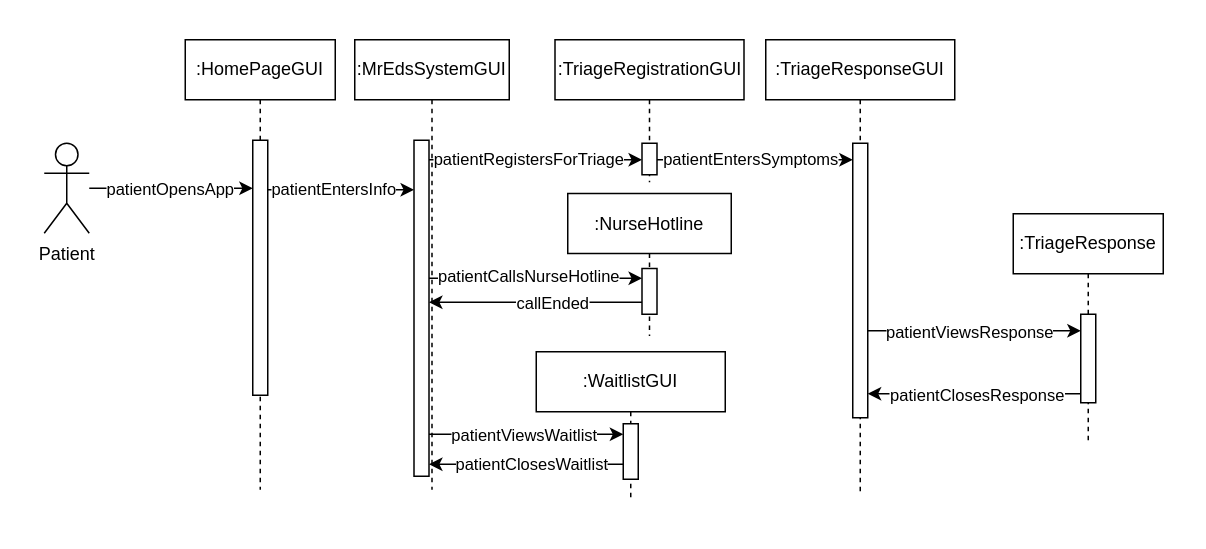
Above: AmirWork/M2/P2_SequenceDiagram.drawio in SENG-350-2024-fall/Team9 (draw.io), before the change. Source tidied: cells renumbered, new cells numbered last; positions are measured from the earlier drawing's top-left corner, leaving out a move shared by most shapes. Both pictures are drawn from the tidied source at 150%, with x=0, y=0 at pixel (26, 26).
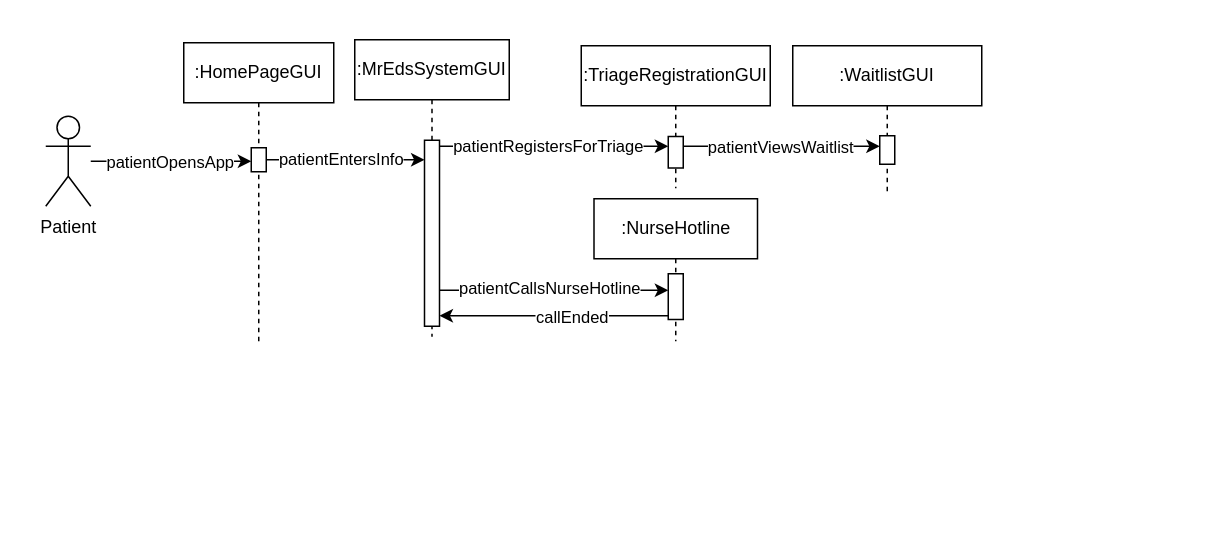
The same page after the edit.

The change refers to these unchanged cells:
```xml
<mxCell id="22" style="html=1;points=[];perimeter=orthogonalPerimeter;outlineConnect=0;targetShapes=umlLifeline;portConstraint=eastwest;newEdgeStyle={&quot;edgeStyle&quot;:&quot;elbowEdgeStyle&quot;,&quot;elbow&quot;:&quot;vertical&quot;,&quot;curved&quot;:0,&quot;rounded&quot;:0};" parent="21" vertex="1">
  <mxGeometry x="49.5" y="50" width="10" height="30.5" as="geometry" />
</mxCell>
```

The edit, as a diff of the source:
```diff
@@
     <mxCell id="4" value=":HomePageGUI" style="shape=umlLifeline;perimeter=lifelinePerimeter;whiteSpace=wrap;html=1;newEdgeStyle={&quot;edgeStyle&quot;:&quot;elbowEdgeStyle&quot;,&quot;elbow&quot;:&quot;vertical&quot;,&quot;curved&quot;:0,&quot;rounded&quot;:0};" parent="1" vertex="1">
-      <mxGeometry x="106" y="9" width="100" height="300" as="geometry" />
+      <mxGeometry x="105" y="11" width="100" height="199" as="geometry" />
     </mxCell>
     <mxCell id="5" style="html=1;points=[];perimeter=orthogonalPerimeter;outlineConnect=0;targetShapes=umlLifeline;portConstraint=eastwest;newEdgeStyle={&quot;edgeStyle&quot;:&quot;elbowEdgeStyle&quot;,&quot;elbow&quot;:&quot;vertical&quot;,&quot;curved&quot;:0,&quot;rounded&quot;:0};" parent="4" vertex="1">
-      <mxGeometry x="45" y="67" width="10" height="170" as="geometry" />
+      <mxGeometry x="45" y="70" width="10" height="16" as="geometry" />
     </mxCell>
-    <mxCell id="6" style="edgeStyle=orthogonalEdgeStyle;rounded=0;jettySize=auto;html=1;" parent="1" edge="1" source="8" target="5">
-      <mxGeometry relative="1" as="geometry">
-        <Array as="points">
-          <mxPoint x="122" y="108" />
-          <mxPoint x="122" y="108" />
-        </Array>
-      </mxGeometry>
+    <mxCell id="6" style="rounded=0;jettySize=auto;html=1;" parent="1" edge="1" source="8" target="5">
+      <mxGeometry relative="1" as="geometry" />
     </mxCell>
@@
     <mxCell id="8" value="Patient" style="shape=umlActor;verticalLabelPosition=bottom;verticalAlign=top;html=1;outlineConnect=0;" parent="1" vertex="1">
-      <mxGeometry x="12" y="78" width="30" height="60" as="geometry" />
+      <mxGeometry x="13" y="60" width="30" height="60" as="geometry" />
     </mxCell>
     <mxCell id="9" value=":MrEdsSystemGUI" style="shape=umlLifeline;perimeter=lifelinePerimeter;whiteSpace=wrap;html=1;newEdgeStyle={&quot;edgeStyle&quot;:&quot;elbowEdgeStyle&quot;,&quot;elbow&quot;:&quot;vertical&quot;,&quot;curved&quot;:0,&quot;rounded&quot;:0};" parent="1" vertex="1">
-      <mxGeometry x="219" y="9" width="103" height="300" as="geometry" />
+      <mxGeometry x="219" y="9" width="103" height="198" as="geometry" />
     </mxCell>
     <mxCell id="10" style="html=1;points=[];perimeter=orthogonalPerimeter;outlineConnect=0;targetShapes=umlLifeline;portConstraint=eastwest;newEdgeStyle={&quot;edgeStyle&quot;:&quot;elbowEdgeStyle&quot;,&quot;elbow&quot;:&quot;vertical&quot;,&quot;curved&quot;:0,&quot;rounded&quot;:0};" parent="9" vertex="1">
-      <mxGeometry x="39.5" y="67" width="10" height="224" as="geometry" />
+      <mxGeometry x="46.5" y="67" width="10" height="124" as="geometry" />
     </mxCell>
     <mxCell id="11" style="edgeStyle=elbowEdgeStyle;rounded=0;jettySize=auto;html=1;elbow=vertical;curved=0;" parent="1" edge="1" source="5" target="10">
-      <mxGeometry relative="1" as="geometry">
-        <Array as="points">
-          <mxPoint x="224" y="109" />
-        </Array>
-      </mxGeometry>
+      <mxGeometry relative="1" as="geometry" />
     </mxCell>
@@
     <mxCell id="13" value=":TriageRegistrationGUI" style="shape=umlLifeline;perimeter=lifelinePerimeter;whiteSpace=wrap;html=1;newEdgeStyle={&quot;edgeStyle&quot;:&quot;elbowEdgeStyle&quot;,&quot;elbow&quot;:&quot;vertical&quot;,&quot;curved&quot;:0,&quot;rounded&quot;:0};" parent="1" vertex="1">
-      <mxGeometry x="352.5" y="9" width="126" height="95" as="geometry" />
+      <mxGeometry x="370" y="13" width="126" height="95" as="geometry" />
     </mxCell>
     <mxCell id="14" style="html=1;points=[];perimeter=orthogonalPerimeter;outlineConnect=0;targetShapes=umlLifeline;portConstraint=eastwest;newEdgeStyle={&quot;edgeStyle&quot;:&quot;elbowEdgeStyle&quot;,&quot;elbow&quot;:&quot;vertical&quot;,&quot;curved&quot;:0,&quot;rounded&quot;:0};" parent="13" vertex="1">
-      <mxGeometry x="58" y="69" width="10" height="21" as="geometry" />
+      <mxGeometry x="58" y="60.5" width="10" height="21" as="geometry" />
     </mxCell>
     <mxCell id="15" value=":WaitlistGUI" style="shape=umlLifeline;perimeter=lifelinePerimeter;whiteSpace=wrap;html=1;newEdgeStyle={&quot;edgeStyle&quot;:&quot;elbowEdgeStyle&quot;,&quot;elbow&quot;:&quot;vertical&quot;,&quot;curved&quot;:0,&quot;rounded&quot;:0};" parent="1" vertex="1">
-      <mxGeometry x="340" y="217" width="126" height="97" as="geometry" />
+      <mxGeometry x="511" y="13" width="126" height="97" as="geometry" />
     </mxCell>
     <mxCell id="16" style="html=1;points=[];perimeter=orthogonalPerimeter;outlineConnect=0;targetShapes=umlLifeline;portConstraint=eastwest;newEdgeStyle={&quot;edgeStyle&quot;:&quot;elbowEdgeStyle&quot;,&quot;elbow&quot;:&quot;vertical&quot;,&quot;curved&quot;:0,&quot;rounded&quot;:0};" parent="15" vertex="1">
-      <mxGeometry x="58" y="48" width="10" height="37" as="geometry" />
+      <mxGeometry x="58" y="60" width="10" height="19" as="geometry" />
     </mxCell>
-    <mxCell id="17" style="edgeStyle=elbowEdgeStyle;rounded=0;jettySize=auto;html=1;elbow=vertical;curved=0;" parent="1" edge="1" source="10" target="16">
+    <mxCell id="17" style="edgeStyle=elbowEdgeStyle;rounded=0;jettySize=auto;html=1;elbow=vertical;curved=0;" parent="1" edge="1" source="14" target="16">
       <mxGeometry relative="1" as="geometry">
         <Array as="points">
-          <mxPoint x="336" y="272" />
+          <mxPoint x="503" y="80" />
         </Array>
       </mxGeometry>
     </mxCell>
@@
-    <mxCell id="19" style="edgeStyle=elbowEdgeStyle;rounded=0;jettySize=auto;html=1;elbow=vertical;curved=0;" parent="1" edge="1" source="16" target="10">
-      <mxGeometry relative="1" as="geometry">
-        <Array as="points">
-          <mxPoint x="329" y="292" />
-        </Array>
-      </mxGeometry>
-    </mxCell>
-    <mxCell id="20" value="patientClosesWaitlist" style="edgeLabel;html=1;align=center;verticalAlign=middle;" parent="19" vertex="1">
-      <mxGeometry x="0.36" relative="1" as="geometry">
-        <mxPoint x="26" y="-1" as="offset" />
-      </mxGeometry>
-    </mxCell>
     <mxCell id="21" value=":NurseHotline" style="shape=umlLifeline;perimeter=lifelinePerimeter;whiteSpace=wrap;html=1;newEdgeStyle={&quot;edgeStyle&quot;:&quot;elbowEdgeStyle&quot;,&quot;elbow&quot;:&quot;vertical&quot;,&quot;curved&quot;:0,&quot;rounded&quot;:0};" parent="1" vertex="1">
-      <mxGeometry x="361" y="111.5" width="109" height="95" as="geometry" />
+      <mxGeometry x="378.5" y="115" width="109" height="95" as="geometry" />
     </mxCell>
@@
     <mxCell id="23" style="edgeStyle=elbowEdgeStyle;rounded=0;jettySize=auto;html=1;elbow=vertical;curved=0;" parent="1" edge="1" source="10" target="22">
       <mxGeometry relative="1" as="geometry">
         <Array as="points">
-          <mxPoint x="343" y="168" />
+          <mxPoint x="344" y="176" />
         </Array>
       </mxGeometry>
     </mxCell>
@@
     <mxCell id="25" style="edgeStyle=elbowEdgeStyle;rounded=0;jettySize=auto;html=1;elbow=vertical;curved=0;" parent="1" edge="1" source="22" target="10">
       <mxGeometry relative="1" as="geometry">
         <Array as="points">
-          <mxPoint x="342" y="184" />
+          <mxPoint x="342" y="193" />
         </Array>
       </mxGeometry>
     </mxCell>
@@
     <mxCell id="27" style="edgeStyle=elbowEdgeStyle;rounded=0;jettySize=auto;html=1;elbow=vertical;curved=0;" parent="1" edge="1" source="10" target="14">
-      <mxGeometry relative="1" as="geometry" />
+      <mxGeometry relative="1" as="geometry">
+        <Array as="points">
+          <mxPoint x="354" y="80" />
+        </Array>
+      </mxGeometry>
     </mxCell>
@@
-    <mxCell id="29" value=":TriageResponseGUI" style="shape=umlLifeline;perimeter=lifelinePerimeter;whiteSpace=wrap;html=1;newEdgeStyle={&quot;edgeStyle&quot;:&quot;elbowEdgeStyle&quot;,&quot;elbow&quot;:&quot;vertical&quot;,&quot;curved&quot;:0,&quot;rounded&quot;:0};" parent="1" vertex="1">
-      <mxGeometry x="493" y="9" width="126" height="301" as="geometry" />
-    </mxCell>
-    <mxCell id="30" style="html=1;points=[];perimeter=orthogonalPerimeter;outlineConnect=0;targetShapes=umlLifeline;portConstraint=eastwest;newEdgeStyle={&quot;edgeStyle&quot;:&quot;elbowEdgeStyle&quot;,&quot;elbow&quot;:&quot;vertical&quot;,&quot;curved&quot;:0,&quot;rounded&quot;:0};" parent="29" vertex="1">
-      <mxGeometry x="58" y="69" width="10" height="183" as="geometry" />
-    </mxCell>
-    <mxCell id="31" style="edgeStyle=elbowEdgeStyle;rounded=0;jettySize=auto;html=1;elbow=vertical;curved=0;" parent="1" edge="1" source="14" target="30">
-      <mxGeometry relative="1" as="geometry" />
-    </mxCell>
-    <mxCell id="32" value="patientEntersSymptoms" style="edgeLabel;html=1;align=center;verticalAlign=middle;" parent="31" vertex="1">
-      <mxGeometry x="0.1" relative="1" as="geometry">
-        <mxPoint x="-10" y="-1" as="offset" />
-      </mxGeometry>
-    </mxCell>
-    <mxCell id="33" value=":TriageResponse" style="shape=umlLifeline;perimeter=lifelinePerimeter;whiteSpace=wrap;html=1;newEdgeStyle={&quot;edgeStyle&quot;:&quot;elbowEdgeStyle&quot;,&quot;elbow&quot;:&quot;vertical&quot;,&quot;curved&quot;:0,&quot;rounded&quot;:0};" parent="1" vertex="1">
-      <mxGeometry x="658" y="125" width="100" height="153" as="geometry" />
-    </mxCell>
-    <mxCell id="34" style="html=1;points=[];perimeter=orthogonalPerimeter;outlineConnect=0;targetShapes=umlLifeline;portConstraint=eastwest;newEdgeStyle={&quot;edgeStyle&quot;:&quot;elbowEdgeStyle&quot;,&quot;elbow&quot;:&quot;vertical&quot;,&quot;curved&quot;:0,&quot;rounded&quot;:0};" parent="33" vertex="1">
-      <mxGeometry x="45" y="67" width="10" height="59" as="geometry" />
-    </mxCell>
-    <mxCell id="35" style="edgeStyle=elbowEdgeStyle;rounded=0;jettySize=auto;html=1;elbow=vertical;curved=0;" parent="1" edge="1" source="30" target="34">
-      <mxGeometry relative="1" as="geometry">
-        <Array as="points">
-          <mxPoint x="696" y="203" />
-        </Array>
-      </mxGeometry>
-    </mxCell>
-    <mxCell id="36" value="patientViewsResponse" style="edgeLabel;html=1;align=center;verticalAlign=middle;" parent="35" vertex="1">
-      <mxGeometry x="0.17" relative="1" as="geometry">
-        <mxPoint x="-16" as="offset" />
-      </mxGeometry>
-    </mxCell>
-    <mxCell id="37" style="edgeStyle=elbowEdgeStyle;rounded=0;jettySize=auto;html=1;elbow=vertical;curved=0;" parent="1" edge="1" source="34" target="30">
-      <mxGeometry relative="1" as="geometry">
-        <Array as="points">
-          <mxPoint x="635" y="245" />
-        </Array>
-      </mxGeometry>
-    </mxCell>
-    <mxCell id="38" value="patientClosesResponse" style="edgeLabel;html=1;align=center;verticalAlign=middle;" parent="37" vertex="1">
-      <mxGeometry x="0.15" y="2" relative="1" as="geometry">
-        <mxPoint x="12" y="-2" as="offset" />
-      </mxGeometry>
-    </mxCell>
```
